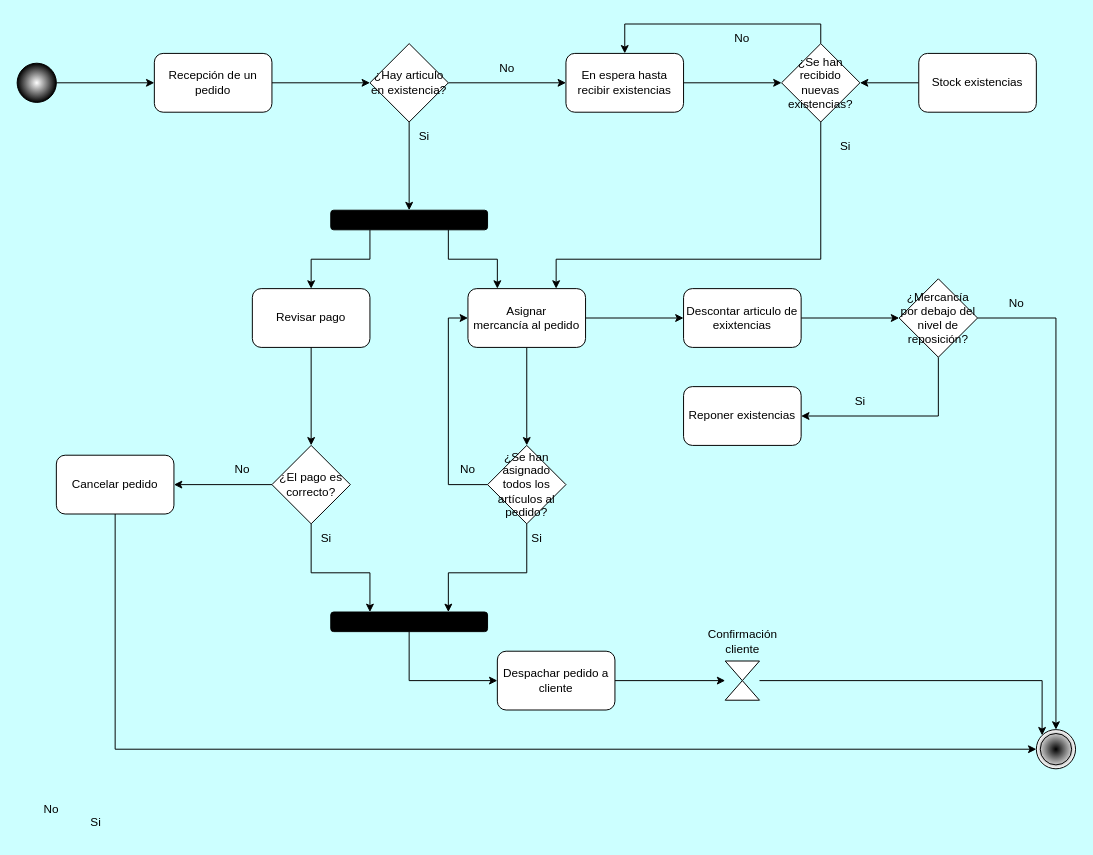
The draw.io diagram 02_Entornos de desarrollo/UT_4/EjerciciosTema04/09_Ejercicio9/Ejercicio9.drawio in antgomper/Curso_23-24_DAW, before the edit. Source tidied: cells renumbered, new cells numbered last; positions are measured from the earlier drawing's top-left corner, leaving out a move shared by most shapes. Both pictures are drawn from the tidied source at 98%, with x=0, y=0 at pixel (17, 24).
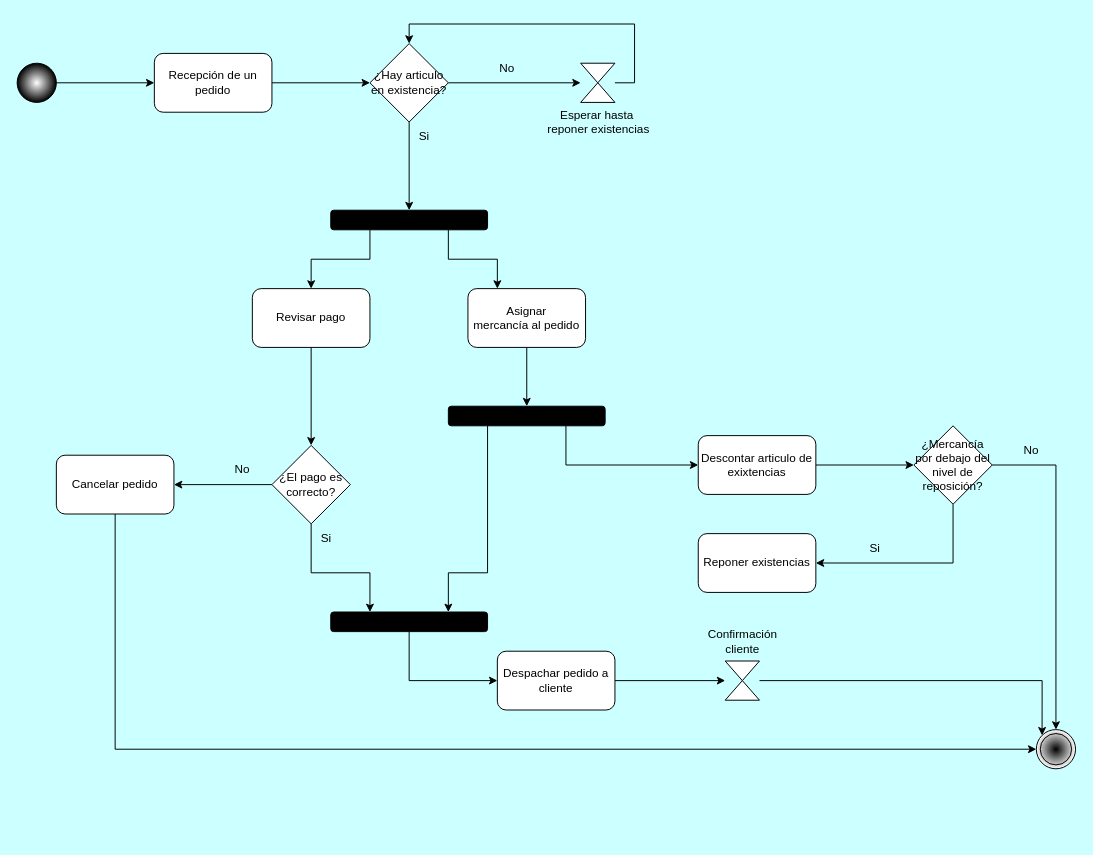
After the change.

Unchanged cells that the change refers to:
```xml
<mxCell id="10" value="¿Hay articulo en existencia?" style="rhombus;whiteSpace=wrap;html=1;" parent="1" vertex="1">
  <mxGeometry x="360" y="20" width="80" height="80" as="geometry" />
</mxCell>
<mxCell id="15" value="&lt;div&gt;Asignar &lt;br&gt;&lt;/div&gt;&lt;div&gt;mercancía al pedido&lt;/div&gt;" style="rounded=1;whiteSpace=wrap;html=1;" parent="1" vertex="1">
  <mxGeometry x="460" y="270" width="120" height="60" as="geometry" />
</mxCell>
<mxCell id="47" style="rounded=1;whiteSpace=wrap;html=1;fillColor=#000000;" parent="1" vertex="1">
  <mxGeometry x="320" y="600" width="160" height="20" as="geometry" />
</mxCell>
```

The edit, as a diff of the source:
```diff
@@
-    <mxCell id="7" value="No" style="text;html=1;strokeColor=none;fillColor=none;align=center;verticalAlign=middle;whiteSpace=wrap;rounded=0;" parent="1" vertex="1">
-      <mxGeometry x="5" y="787" width="60" height="30" as="geometry" />
-    </mxCell>
-    <mxCell id="8" value="Si" style="text;html=1;align=center;verticalAlign=middle;strokeColor=none;fillColor=none;" parent="1" vertex="1">
-      <mxGeometry x="65" y="800" width="30" height="30" as="geometry" />
-    </mxCell>
-    <mxCell id="9" style="edgeStyle=orthogonalEdgeStyle;rounded=0;jettySize=auto;html=1;exitX=1;exitY=0.5;exitDx=0;exitDy=0;entryX=0;entryY=0.5;entryDx=0;entryDy=0;" parent="1" edge="1" source="10" target="12">
+    <mxCell id="9" style="edgeStyle=orthogonalEdgeStyle;rounded=0;jettySize=auto;html=1;exitX=1;exitY=0.5;exitDx=0;exitDy=0;entryX=0;entryY=0.5;entryDx=0;entryDy=0;" parent="1" edge="1" source="10" target="60">
       <mxGeometry relative="1" as="geometry" />
     </mxCell>
@@
-    <mxCell id="11" style="edgeStyle=orthogonalEdgeStyle;rounded=0;jettySize=auto;html=1;exitX=1;exitY=0.5;exitDx=0;exitDy=0;entryX=0;entryY=0.5;entryDx=0;entryDy=0;" parent="1" edge="1" source="12" target="28">
-      <mxGeometry relative="1" as="geometry" />
-    </mxCell>
-    <mxCell id="12" value="En espera hasta recibir existencias" style="rounded=1;whiteSpace=wrap;html=1;" parent="1" vertex="1">
-      <mxGeometry x="560" y="30" width="120" height="60" as="geometry" />
-    </mxCell>
-    <mxCell id="13" style="edgeStyle=orthogonalEdgeStyle;rounded=0;jettySize=auto;html=1;exitX=0.5;exitY=1;exitDx=0;exitDy=0;" parent="1" edge="1" source="15" target="22">
-      <mxGeometry relative="1" as="geometry" />
-    </mxCell>
-    <mxCell id="14" style="edgeStyle=orthogonalEdgeStyle;rounded=0;jettySize=auto;html=1;exitX=1;exitY=0.5;exitDx=0;exitDy=0;" parent="1" edge="1" source="15" target="19">
-      <mxGeometry relative="1" as="geometry" />
-    </mxCell>
+    <mxCell id="58" style="edgeStyle=orthogonalEdgeStyle;rounded=0;jettySize=auto;html=1;exitX=0.5;exitY=1;exitDx=0;exitDy=0;" parent="1" edge="1" source="15" target="64">
+      <mxGeometry relative="1" as="geometry" />
+    </mxCell>
@@
     <mxCell id="19" value="Descontar articulo de exixtencias" style="rounded=1;whiteSpace=wrap;html=1;" parent="1" vertex="1">
-      <mxGeometry x="680" y="270" width="120" height="60" as="geometry" />
+      <mxGeometry x="695" y="420" width="120" height="60" as="geometry" />
     </mxCell>
-    <mxCell id="20" style="edgeStyle=orthogonalEdgeStyle;rounded=0;jettySize=auto;html=1;exitX=0.5;exitY=1;exitDx=0;exitDy=0;entryX=0.75;entryY=0;entryDx=0;entryDy=0;" parent="1" edge="1" source="22" target="47">
-      <mxGeometry relative="1" as="geometry">
-        <Array as="points">
-          <mxPoint x="520" y="560" />
-          <mxPoint x="440" y="560" />
-        </Array>
-      </mxGeometry>
-    </mxCell>
-    <mxCell id="21" style="edgeStyle=orthogonalEdgeStyle;rounded=0;jettySize=auto;html=1;exitX=0;exitY=0.5;exitDx=0;exitDy=0;entryX=0;entryY=0.5;entryDx=0;entryDy=0;" parent="1" edge="1" source="22" target="15">
-      <mxGeometry relative="1" as="geometry" />
-    </mxCell>
-    <mxCell id="22" value="¿Se han asignado todos los artículos al pedido?" style="rhombus;whiteSpace=wrap;html=1;" parent="1" vertex="1">
-      <mxGeometry x="480" y="430" width="80" height="80" as="geometry" />
-    </mxCell>
@@
     <mxCell id="25" value="¿Mercancía por debajo del nivel de reposición?" style="rhombus;whiteSpace=wrap;html=1;" parent="1" vertex="1">
-      <mxGeometry x="900" y="260" width="80" height="80" as="geometry" />
+      <mxGeometry x="915" y="410" width="80" height="80" as="geometry" />
     </mxCell>
-    <mxCell id="26" style="edgeStyle=orthogonalEdgeStyle;rounded=0;jettySize=auto;html=1;exitX=0.5;exitY=1;exitDx=0;exitDy=0;entryX=0.75;entryY=0;entryDx=0;entryDy=0;" parent="1" edge="1" source="28" target="15">
-      <mxGeometry relative="1" as="geometry">
-        <Array as="points">
-          <mxPoint x="820" y="240" />
-          <mxPoint x="550" y="240" />
-        </Array>
-      </mxGeometry>
-    </mxCell>
-    <mxCell id="27" style="edgeStyle=orthogonalEdgeStyle;rounded=0;jettySize=auto;html=1;exitX=0.5;exitY=0;exitDx=0;exitDy=0;entryX=0.5;entryY=0;entryDx=0;entryDy=0;" parent="1" edge="1" source="28" target="12">
-      <mxGeometry relative="1" as="geometry" />
-    </mxCell>
-    <mxCell id="28" value="¿Se han recibido nuevas existencias?" style="rhombus;whiteSpace=wrap;html=1;" parent="1" vertex="1">
-      <mxGeometry x="780" y="20" width="80" height="80" as="geometry" />
-    </mxCell>
-    <mxCell id="29" value="Si" style="text;html=1;align=center;verticalAlign=middle;strokeColor=none;fillColor=none;" parent="1" vertex="1">
-      <mxGeometry x="830" y="110" width="30" height="30" as="geometry" />
-    </mxCell>
-    <mxCell id="30" value="No" style="text;html=1;strokeColor=none;fillColor=none;align=center;verticalAlign=middle;whiteSpace=wrap;rounded=0;" parent="1" vertex="1">
-      <mxGeometry x="710" width="60" height="30" as="geometry" />
-    </mxCell>
     <mxCell id="31" value="Reponer existencias" style="rounded=1;whiteSpace=wrap;html=1;" parent="1" vertex="1">
-      <mxGeometry x="680" y="370" width="120" height="60" as="geometry" />
+      <mxGeometry x="695" y="520" width="120" height="60" as="geometry" />
     </mxCell>
     <mxCell id="32" value="Si" style="text;html=1;align=center;verticalAlign=middle;strokeColor=none;fillColor=none;" parent="1" vertex="1">
-      <mxGeometry x="845" y="370" width="30" height="30" as="geometry" />
+      <mxGeometry x="860" y="520" width="30" height="30" as="geometry" />
     </mxCell>
     <mxCell id="33" value="No" style="text;html=1;strokeColor=none;fillColor=none;align=center;verticalAlign=middle;whiteSpace=wrap;rounded=0;" parent="1" vertex="1">
-      <mxGeometry x="990" y="270" width="60" height="30" as="geometry" />
+      <mxGeometry x="1005" y="420" width="60" height="30" as="geometry" />
     </mxCell>
@@
-    <mxCell id="48" value="Si" style="text;html=1;align=center;verticalAlign=middle;strokeColor=none;fillColor=none;" parent="1" vertex="1">
-      <mxGeometry x="515" y="510" width="30" height="30" as="geometry" />
-    </mxCell>
@@
-    <mxCell id="50" value="No" style="text;html=1;strokeColor=none;fillColor=none;align=center;verticalAlign=middle;whiteSpace=wrap;rounded=0;" parent="1" vertex="1">
-      <mxGeometry x="430" y="440" width="60" height="30" as="geometry" />
-    </mxCell>
@@
-    <mxCell id="56" style="edgeStyle=orthogonalEdgeStyle;rounded=0;jettySize=auto;html=1;exitX=0;exitY=0.5;exitDx=0;exitDy=0;entryX=1;entryY=0.5;entryDx=0;entryDy=0;" parent="1" edge="1" source="57" target="28">
-      <mxGeometry relative="1" as="geometry" />
-    </mxCell>
-    <mxCell id="57" value="&lt;div&gt;Stock existencias&lt;/div&gt;" style="rounded=1;whiteSpace=wrap;html=1;" parent="1" vertex="1">
-      <mxGeometry x="920" y="30" width="120" height="60" as="geometry" />
-    </mxCell>
+    <mxCell id="59" style="edgeStyle=orthogonalEdgeStyle;rounded=0;jettySize=auto;html=1;exitX=1;exitY=0.5;exitDx=0;exitDy=0;entryX=0.5;entryY=0;entryDx=0;entryDy=0;" parent="1" edge="1" source="60" target="10">
+      <mxGeometry relative="1" as="geometry">
+        <Array as="points">
+          <mxPoint x="630" y="60" />
+          <mxPoint x="630" />
+          <mxPoint x="400" />
+        </Array>
+      </mxGeometry>
+    </mxCell>
+    <mxCell id="60" style="shape=collate;whiteSpace=wrap;html=1;" parent="1" vertex="1">
+      <mxGeometry x="575" y="40" width="35" height="40" as="geometry" />
+    </mxCell>
+    <mxCell id="61" value="&lt;div&gt;Esperar hasta&amp;nbsp;&lt;/div&gt;&lt;div&gt;reponer existencias&lt;/div&gt;" style="text;html=1;align=center;verticalAlign=middle;strokeColor=none;fillColor=none;" parent="1" vertex="1">
+      <mxGeometry x="527.5" y="80" width="130" height="40" as="geometry" />
+    </mxCell>
+    <mxCell id="62" style="edgeStyle=orthogonalEdgeStyle;rounded=0;jettySize=auto;html=1;exitX=0.25;exitY=1;exitDx=0;exitDy=0;entryX=0.75;entryY=0;entryDx=0;entryDy=0;" parent="1" edge="1" source="64" target="47">
+      <mxGeometry relative="1" as="geometry">
+        <Array as="points">
+          <mxPoint x="480" y="560" />
+          <mxPoint x="440" y="560" />
+        </Array>
+      </mxGeometry>
+    </mxCell>
+    <mxCell id="63" style="edgeStyle=orthogonalEdgeStyle;rounded=0;jettySize=auto;html=1;exitX=0.75;exitY=1;exitDx=0;exitDy=0;entryX=0;entryY=0.5;entryDx=0;entryDy=0;" parent="1" edge="1" source="64" target="19">
+      <mxGeometry relative="1" as="geometry" />
+    </mxCell>
+    <mxCell id="64" style="rounded=1;whiteSpace=wrap;html=1;fillColor=#000000;" parent="1" vertex="1">
+      <mxGeometry x="440" y="390" width="160" height="20" as="geometry" />
+    </mxCell>
```
